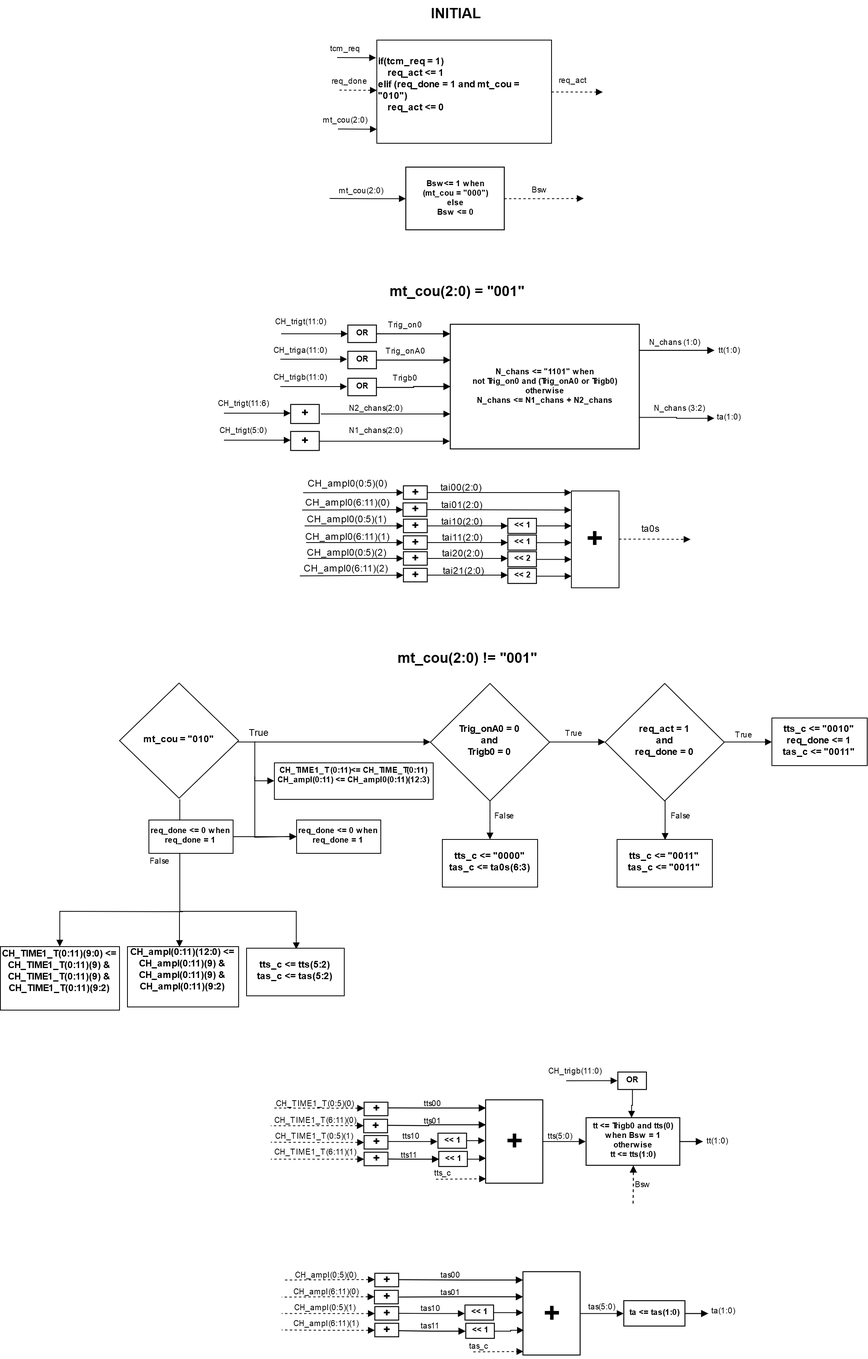
This is trigger_diagram.png from Laverok/ALICE_FPGA_2020, a draw.io export, as it was before one commit. Source tidied: cells renumbered, new cells last; positions are measured from the earlier drawing's top-left corner, leaving out a move shared by most shapes.
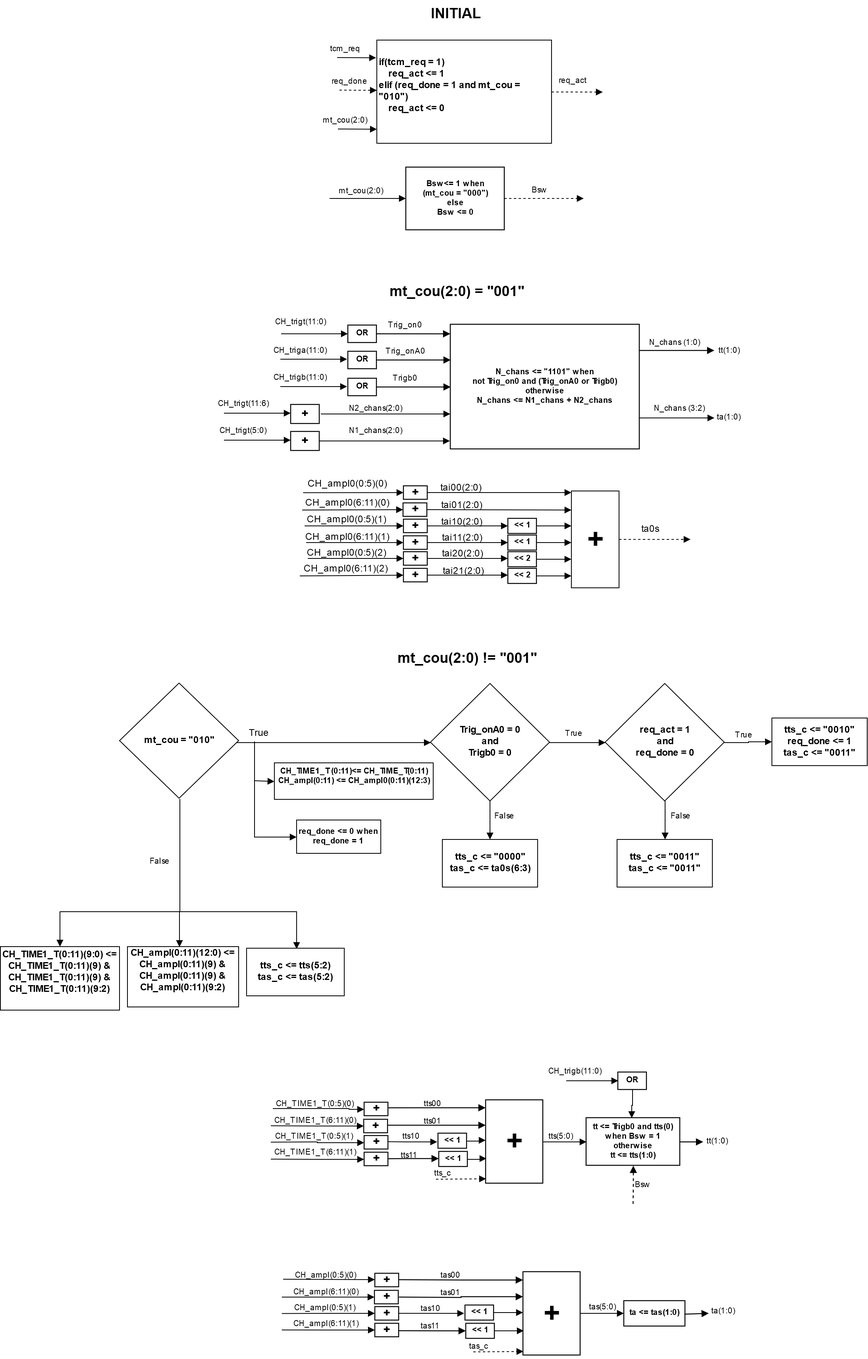
Later version of the same file.

What changed in the source:
```diff
@@ -218,7 +218,7 @@
     <mxCell id="59" value="tts11" style="html=1;whiteSpace=wrap;fontSize=10;fontColor=#000000;spacing=5;strokeOpacity=0;fillOpacity=0;fillColor=#ffffff;strokeWidth=1.2;" parent="1" vertex="1">
       <mxGeometry x="496.5" y="1443.5" width="36" height="24" as="geometry" />
     </mxCell>
-    <mxCell id="60" style="edgeStyle=orthogonalEdgeStyle;rounded=0;jettySize=auto;html=1;entryX=0.997;entryY=0.134;entryDx=0;entryDy=0;entryPerimeter=0;endArrow=none;endFill=0;startArrow=block;startFill=1;dashed=1;" parent="1" edge="1" source="61">
+    <mxCell id="60" style="edgeStyle=orthogonalEdgeStyle;rounded=0;jettySize=auto;html=1;entryX=0.997;entryY=0.134;entryDx=0;entryDy=0;entryPerimeter=0;endArrow=none;endFill=0;startArrow=block;startFill=1;" parent="1" edge="1" source="61">
       <mxGeometry relative="1" as="geometry">
         <mxPoint x="342.6" y="1395.6" as="targetPoint" />
         <Array as="points">
@@ -229,7 +229,7 @@
     <mxCell id="61" value="&lt;b&gt;&lt;font style=&quot;font-size: 14px&quot;&gt;&lt;font style=&quot;font-size: 14px&quot;&gt;+&lt;/font&gt;&lt;/font&gt;&lt;/b&gt;" style="html=1;whiteSpace=wrap;fontSize=10;fontColor=#000000;fontStyle=1;spacing=5;strokeOpacity=100;strokeWidth=1.2;" parent="1" vertex="1">
       <mxGeometry x="458" y="1388" width="30" height="17" as="geometry" />
     </mxCell>
-    <mxCell id="62" style="edgeStyle=orthogonalEdgeStyle;rounded=0;jettySize=auto;html=1;entryX=0.986;entryY=0.379;entryDx=0;entryDy=0;entryPerimeter=0;startArrow=block;startFill=1;endArrow=none;endFill=0;dashed=1;" parent="1" edge="1" source="63">
+    <mxCell id="62" style="edgeStyle=orthogonalEdgeStyle;rounded=0;jettySize=auto;html=1;entryX=0.986;entryY=0.379;entryDx=0;entryDy=0;entryPerimeter=0;startArrow=block;startFill=1;endArrow=none;endFill=0;" parent="1" edge="1" source="63">
       <mxGeometry relative="1" as="geometry">
         <mxPoint x="340.5" y="1417.7" as="targetPoint" />
       </mxGeometry>
@@ -237,7 +237,7 @@
     <mxCell id="63" value="&lt;b&gt;&lt;font style=&quot;font-size: 14px&quot;&gt;&lt;font style=&quot;font-size: 14px&quot;&gt;+&lt;/font&gt;&lt;/font&gt;&lt;/b&gt;" style="html=1;whiteSpace=wrap;fontSize=10;fontColor=#000000;fontStyle=1;spacing=5;strokeOpacity=100;strokeWidth=1.2;" parent="1" vertex="1">
       <mxGeometry x="457.5" y="1409.5" width="30" height="17" as="geometry" />
     </mxCell>
-    <mxCell id="64" style="edgeStyle=orthogonalEdgeStyle;rounded=0;jettySize=auto;html=1;entryX=0.986;entryY=0.604;entryDx=0;entryDy=0;entryPerimeter=0;startArrow=block;startFill=1;endArrow=none;endFill=0;dashed=1;" parent="1" edge="1" source="65">
+    <mxCell id="64" style="edgeStyle=orthogonalEdgeStyle;rounded=0;jettySize=auto;html=1;entryX=0.986;entryY=0.604;entryDx=0;entryDy=0;entryPerimeter=0;startArrow=block;startFill=1;endArrow=none;endFill=0;" parent="1" edge="1" source="65">
       <mxGeometry relative="1" as="geometry">
         <mxPoint x="340.5" y="1438.3" as="targetPoint" />
       </mxGeometry>
@@ -245,7 +245,7 @@
     <mxCell id="65" value="&lt;b&gt;&lt;font style=&quot;font-size: 14px&quot;&gt;&lt;font style=&quot;font-size: 14px&quot;&gt;+&lt;/font&gt;&lt;/font&gt;&lt;/b&gt;" style="html=1;whiteSpace=wrap;fontSize=10;fontColor=#000000;fontStyle=1;spacing=5;strokeOpacity=100;strokeWidth=1.2;" parent="1" vertex="1">
       <mxGeometry x="458" y="1430" width="30" height="17" as="geometry" />
     </mxCell>
-    <mxCell id="66" style="edgeStyle=orthogonalEdgeStyle;rounded=0;jettySize=auto;html=1;entryX=0.986;entryY=0.835;entryDx=0;entryDy=0;entryPerimeter=0;startArrow=block;startFill=1;endArrow=none;endFill=0;dashed=1;" parent="1" edge="1" source="67">
+    <mxCell id="66" style="edgeStyle=orthogonalEdgeStyle;rounded=0;jettySize=auto;html=1;entryX=0.986;entryY=0.835;entryDx=0;entryDy=0;entryPerimeter=0;startArrow=block;startFill=1;endArrow=none;endFill=0;" parent="1" edge="1" source="67">
       <mxGeometry relative="1" as="geometry">
         <mxPoint x="340.5" y="1459.7" as="targetPoint" />
       </mxGeometry>
@@ -256,13 +256,13 @@
     <mxCell id="68" value="CH_TIME1_T(0:5)(0)" style="html=1;whiteSpace=wrap;fontSize=10;fontColor=#000000;spacing=5;strokeOpacity=0;fillOpacity=0;fillColor=#ffffff;strokeWidth=1.2;" parent="1" vertex="1">
       <mxGeometry x="346" y="1379" width="100" height="24" as="geometry" />
     </mxCell>
-    <mxCell id="69" value="CH_TIME1_T(6:11)(0)" style="html=1;whiteSpace=wrap;fontSize=10;fontColor=#000000;spacing=5;strokeOpacity=0;fillOpacity=0;fillColor=#ffffff;strokeWidth=1.2;dashed=1;" parent="1" vertex="1">
+    <mxCell id="69" value="CH_TIME1_T(6:11)(0)" style="html=1;whiteSpace=wrap;fontSize=10;fontColor=#000000;spacing=5;strokeOpacity=0;fillOpacity=0;fillColor=#ffffff;strokeWidth=1.2;" parent="1" vertex="1">
       <mxGeometry x="346.5" y="1400" width="100" height="24" as="geometry" />
     </mxCell>
-    <mxCell id="70" value="CH_TIME1_T(0:5)(1)" style="html=1;whiteSpace=wrap;fontSize=10;fontColor=#000000;spacing=5;strokeOpacity=0;fillOpacity=0;fillColor=#ffffff;strokeWidth=1.2;dashed=1;" parent="1" vertex="1">
+    <mxCell id="70" value="CH_TIME1_T(0:5)(1)" style="html=1;whiteSpace=wrap;fontSize=10;fontColor=#000000;spacing=5;strokeOpacity=0;fillOpacity=0;fillColor=#ffffff;strokeWidth=1.2;" parent="1" vertex="1">
       <mxGeometry x="345" y="1420" width="100" height="24" as="geometry" />
     </mxCell>
-    <mxCell id="71" value="CH_TIME1_T(6:11)(1)" style="html=1;whiteSpace=wrap;fontSize=10;fontColor=#000000;spacing=5;strokeOpacity=0;fillOpacity=0;fillColor=#ffffff;strokeWidth=1.2;dashed=1;" parent="1" vertex="1">
+    <mxCell id="71" value="CH_TIME1_T(6:11)(1)" style="html=1;whiteSpace=wrap;fontSize=10;fontColor=#000000;spacing=5;strokeOpacity=0;fillOpacity=0;fillColor=#ffffff;strokeWidth=1.2;" parent="1" vertex="1">
       <mxGeometry x="346.5" y="1440" width="100" height="24" as="geometry" />
     </mxCell>
     <mxCell id="72" style="edgeStyle=orthogonalEdgeStyle;rounded=0;jettySize=auto;html=1;entryX=0;entryY=0.5;entryDx=0;entryDy=0;endArrow=block;endFill=1;fontSize=10;" parent="1" edge="1" source="73" target="74">
@@ -333,7 +333,7 @@
     <mxCell id="89" value="tas11" style="html=1;whiteSpace=wrap;fontSize=10;fontColor=#000000;spacing=5;strokeOpacity=0;fillOpacity=0;fillColor=#ffffff;strokeWidth=1.2;" parent="1" vertex="1">
       <mxGeometry x="522.5" y="1658.5" width="36" height="24" as="geometry" />
     </mxCell>
-    <mxCell id="90" style="edgeStyle=orthogonalEdgeStyle;rounded=0;jettySize=auto;html=1;entryX=0.997;entryY=0.134;entryDx=0;entryDy=0;entryPerimeter=0;endArrow=none;endFill=0;startArrow=block;startFill=1;dashed=1;" parent="1" edge="1" source="91">
+    <mxCell id="90" style="edgeStyle=orthogonalEdgeStyle;rounded=0;jettySize=auto;html=1;entryX=0.997;entryY=0.134;entryDx=0;entryDy=0;entryPerimeter=0;endArrow=none;endFill=0;startArrow=block;startFill=1;" parent="1" edge="1" source="91">
       <mxGeometry relative="1" as="geometry">
         <mxPoint x="355.7" y="1611.4" as="targetPoint" />
         <Array as="points">
@@ -344,7 +344,7 @@
     <mxCell id="91" value="&lt;b&gt;&lt;font style=&quot;font-size: 14px&quot;&gt;&lt;font style=&quot;font-size: 14px&quot;&gt;+&lt;/font&gt;&lt;/font&gt;&lt;/b&gt;" style="html=1;whiteSpace=wrap;fontSize=10;fontColor=#000000;fontStyle=1;spacing=5;strokeOpacity=100;strokeWidth=1.2;" parent="1" vertex="1">
       <mxGeometry x="471.5" y="1603.5" width="30" height="17" as="geometry" />
     </mxCell>
-    <mxCell id="92" style="edgeStyle=orthogonalEdgeStyle;rounded=0;jettySize=auto;html=1;entryX=0.986;entryY=0.379;entryDx=0;entryDy=0;entryPerimeter=0;startArrow=block;startFill=1;endArrow=none;endFill=0;dashed=1;" parent="1" edge="1" source="93">
+    <mxCell id="92" style="edgeStyle=orthogonalEdgeStyle;rounded=0;jettySize=auto;html=1;entryX=0.986;entryY=0.379;entryDx=0;entryDy=0;entryPerimeter=0;startArrow=block;startFill=1;endArrow=none;endFill=0;" parent="1" edge="1" source="93">
       <mxGeometry relative="1" as="geometry">
         <mxPoint x="354.3" y="1633.5" as="targetPoint" />
       </mxGeometry>
@@ -352,7 +352,7 @@
     <mxCell id="93" value="&lt;b&gt;&lt;font style=&quot;font-size: 14px&quot;&gt;&lt;font style=&quot;font-size: 14px&quot;&gt;+&lt;/font&gt;&lt;/font&gt;&lt;/b&gt;" style="html=1;whiteSpace=wrap;fontSize=10;fontColor=#000000;fontStyle=1;spacing=5;strokeOpacity=100;strokeWidth=1.2;" parent="1" vertex="1">
       <mxGeometry x="471" y="1625" width="30" height="17" as="geometry" />
     </mxCell>
-    <mxCell id="94" style="edgeStyle=orthogonalEdgeStyle;rounded=0;jettySize=auto;html=1;entryX=0.986;entryY=0.604;entryDx=0;entryDy=0;entryPerimeter=0;startArrow=block;startFill=1;endArrow=none;endFill=0;dashed=1;" parent="1" edge="1" source="95">
+    <mxCell id="94" style="edgeStyle=orthogonalEdgeStyle;rounded=0;jettySize=auto;html=1;entryX=0.986;entryY=0.604;entryDx=0;entryDy=0;entryPerimeter=0;startArrow=block;startFill=1;endArrow=none;endFill=0;" parent="1" edge="1" source="95">
       <mxGeometry relative="1" as="geometry">
         <mxPoint x="354.3" y="1654.2" as="targetPoint" />
       </mxGeometry>
@@ -360,7 +360,7 @@
     <mxCell id="95" value="&lt;b&gt;&lt;font style=&quot;font-size: 14px&quot;&gt;&lt;font style=&quot;font-size: 14px&quot;&gt;+&lt;/font&gt;&lt;/font&gt;&lt;/b&gt;" style="html=1;whiteSpace=wrap;fontSize=10;fontColor=#000000;fontStyle=1;spacing=5;strokeOpacity=100;strokeWidth=1.2;" parent="1" vertex="1">
       <mxGeometry x="471.5" y="1645.5" width="30" height="17" as="geometry" />
     </mxCell>
-    <mxCell id="96" style="edgeStyle=orthogonalEdgeStyle;rounded=0;jettySize=auto;html=1;entryX=0.986;entryY=0.835;entryDx=0;entryDy=0;entryPerimeter=0;startArrow=block;startFill=1;endArrow=none;endFill=0;dashed=1;" parent="1" edge="1" source="97">
+    <mxCell id="96" style="edgeStyle=orthogonalEdgeStyle;rounded=0;jettySize=auto;html=1;entryX=0.986;entryY=0.835;entryDx=0;entryDy=0;entryPerimeter=0;startArrow=block;startFill=1;endArrow=none;endFill=0;" parent="1" edge="1" source="97">
       <mxGeometry relative="1" as="geometry">
         <mxPoint x="354.3" y="1674.9" as="targetPoint" />
       </mxGeometry>
@@ -679,15 +679,9 @@
     <mxCell id="182" value="&lt;b&gt;CH_TIME1_T (0:11)&amp;lt;= CH_TIME_T(0:11) &lt;br&gt;&lt;/b&gt;&lt;div&gt;&lt;b&gt;CH_ampl(0:11) &amp;lt;= CH_ampl0(0:11)(12:3)&lt;br&gt;&lt;br&gt;&lt;/b&gt;&lt;/div&gt;" style="rounded=0;whiteSpace=wrap;html=1;fontSize=10;" parent="1" vertex="1">
       <mxGeometry x="345" y="960.5" width="200" height="46" as="geometry" />
     </mxCell>
-    <mxCell id="183" style="edgeStyle=orthogonalEdgeStyle;rounded=0;jettySize=auto;html=1;startArrow=block;startFill=1;endArrow=none;endFill=0;fontSize=10;" parent="1" edge="1" source="184" target="185">
-      <mxGeometry relative="1" as="geometry" />
-    </mxCell>
     <mxCell id="184" value="&lt;b&gt;req_done &amp;lt;= 0 when req_done = 1&lt;br&gt;&lt;/b&gt;" style="rounded=0;whiteSpace=wrap;html=1;fontSize=10;" parent="1" vertex="1">
       <mxGeometry x="373" y="1032.5" width="106" height="42" as="geometry" />
     </mxCell>
-    <mxCell id="185" value="&lt;b&gt;req_done &amp;lt;= 0 when req_done = 1&lt;br&gt;&lt;/b&gt;" style="rounded=0;whiteSpace=wrap;html=1;fontSize=10;" parent="1" vertex="1">
-      <mxGeometry x="187" y="1032.5" width="106" height="42" as="geometry" />
-    </mxCell>
     <mxCell id="186" style="endArrow=block;html=1;fontSize=10;edgeStyle=orthogonalEdgeStyle;rounded=0;entryX=0;entryY=0.5;entryDx=0;entryDy=0;endFill=1;" parent="1" edge="1" target="184">
       <mxGeometry relative="1" as="geometry">
         <mxPoint x="320" y="977" as="sourcePoint" />
```
